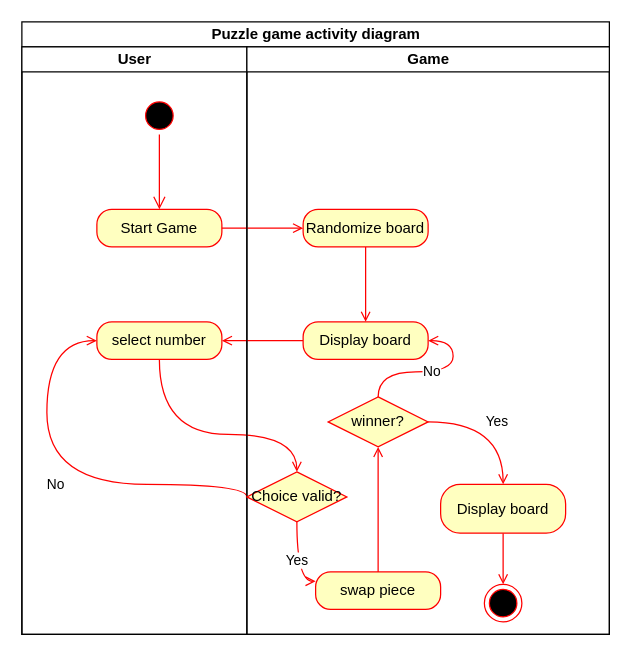
This is schema/puzzle activity.drawio from deeperj/rust, a draw.io file, before an edit. Source tidied: cells renumbered, new cells numbered last; positions are measured from the earlier drawing's top-left corner, leaving out a move shared by most shapes. Both pictures are drawn from the tidied source at 125%, with x=0, y=0 at pixel (21, 21).
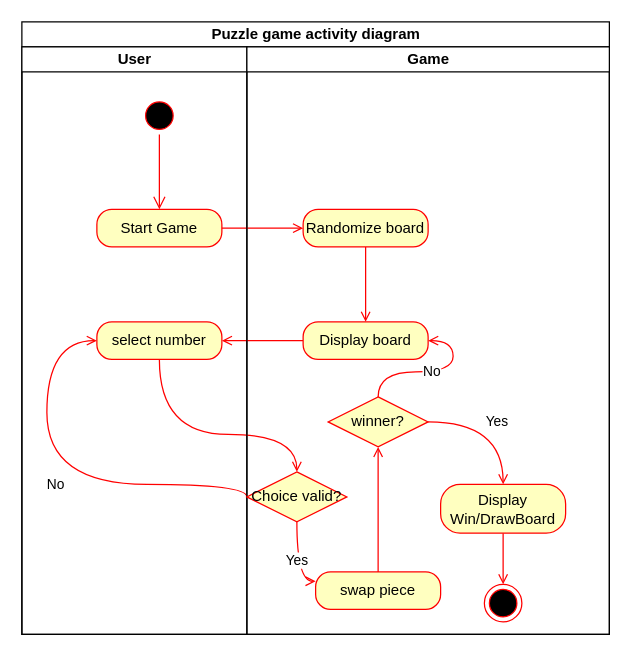
Above is the later version.

Unchanged cells that the change refers to:
```xml
<mxCell id="12" value="Game" style="swimlane;html=1;startSize=20;" parent="2" vertex="1">
  <mxGeometry x="180" y="20" width="290" height="470" as="geometry" />
</mxCell>
```

What changed in the source:
```diff
@@
-    <mxCell id="22" value="Display board" style="rounded=1;whiteSpace=wrap;html=1;arcSize=40;fontColor=#000000;fillColor=#ffffc0;strokeColor=#ff0000;" parent="12" vertex="1">
+    <mxCell id="22" value="Display Win/DrawBoard" style="rounded=1;whiteSpace=wrap;html=1;arcSize=40;fontColor=#000000;fillColor=#ffffc0;strokeColor=#ff0000;" parent="12" vertex="1">
       <mxGeometry x="155" y="350" width="100" height="39" as="geometry" />
     </mxCell>
```
